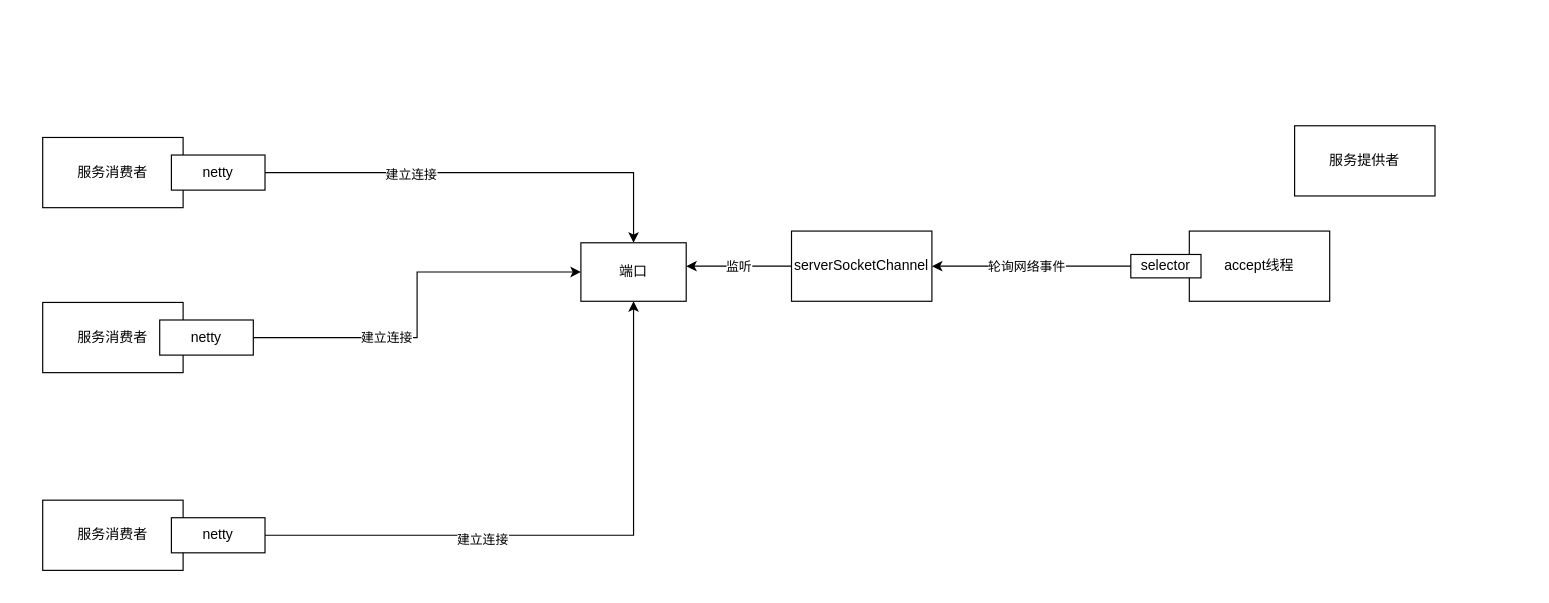
This is dubbo的nio协议.drawio from dabengxiang/diagrams, a draw.io file, before an edit. Source tidied: cells renumbered, new cells numbered last; positions are measured from the earlier drawing's top-left corner, leaving out a move shared by most shapes. Both pictures are drawn from the tidied source at 117%, with x=0, y=0 at pixel (42, 125).
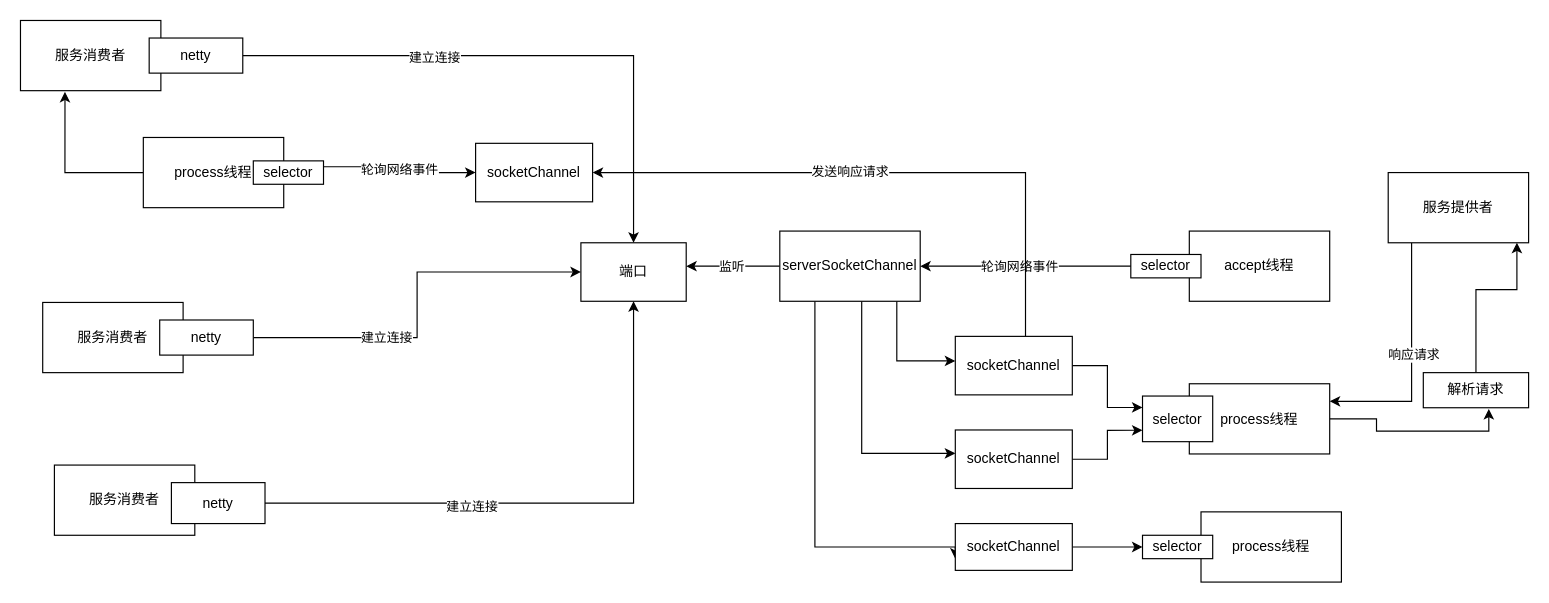
The same diagram, later.

The change refers to these unchanged cells:
```xml
<mxCell id="9" value="端口" style="rounded=0;whiteSpace=wrap;html=1;" parent="1" vertex="1">
  <mxGeometry x="460" y="100" width="90" height="50" as="geometry" />
</mxCell>
```

The edit, as a diff of the source:
```diff
@@
+    <mxCell id="24" style="edgeStyle=orthogonalEdgeStyle;rounded=0;jettySize=auto;html=1;entryX=1;entryY=0.25;entryDx=0;entryDy=0;" parent="1" edge="1" source="2" target="38">
+      <mxGeometry relative="1" as="geometry">
+        <Array as="points">
+          <mxPoint x="1170" y="236" />
+        </Array>
+      </mxGeometry>
+    </mxCell>
+    <mxCell id="25" value="响应请求" style="edgeLabel;html=1;align=center;verticalAlign=middle;" parent="24" vertex="1">
+      <mxGeometry x="-0.08" y="1" relative="1" as="geometry" />
+    </mxCell>
     <mxCell id="2" value="服务提供者" style="rounded=0;whiteSpace=wrap;html=1;" parent="1" vertex="1">
-      <mxGeometry x="1070" width="120" height="60" as="geometry" />
+      <mxGeometry x="1150" y="40" width="120" height="60" as="geometry" />
     </mxCell>
@@
+    <mxCell id="26" style="edgeStyle=orthogonalEdgeStyle;rounded=0;jettySize=auto;html=1;" parent="1" edge="1" source="8" target="36">
+      <mxGeometry relative="1" as="geometry">
+        <Array as="points">
+          <mxPoint x="730" y="201" />
+        </Array>
+      </mxGeometry>
+    </mxCell>
+    <mxCell id="27" style="edgeStyle=orthogonalEdgeStyle;rounded=0;jettySize=auto;html=1;" parent="1" edge="1" source="8" target="30">
+      <mxGeometry relative="1" as="geometry">
+        <Array as="points">
+          <mxPoint x="700" y="280" />
+        </Array>
+      </mxGeometry>
+    </mxCell>
+    <mxCell id="28" style="edgeStyle=orthogonalEdgeStyle;rounded=0;jettySize=auto;html=1;entryX=0;entryY=0.75;entryDx=0;entryDy=0;" parent="1" edge="1" source="8" target="32">
+      <mxGeometry relative="1" as="geometry">
+        <Array as="points">
+          <mxPoint x="660" y="360" />
+          <mxPoint x="780" y="360" />
+        </Array>
+      </mxGeometry>
+    </mxCell>
     <mxCell id="8" value="serverSocketChannel" style="rounded=0;whiteSpace=wrap;html=1;" parent="1" vertex="1">
-      <mxGeometry x="640" y="90" width="120" height="60" as="geometry" />
+      <mxGeometry x="630" y="90" width="120" height="60" as="geometry" />
     </mxCell>
@@
     <mxCell id="11" value="服务消费者" style="rounded=0;whiteSpace=wrap;html=1;" parent="1" vertex="1">
-      <mxGeometry y="10" width="120" height="60" as="geometry" />
+      <mxGeometry x="-19" y="-90" width="120" height="60" as="geometry" />
     </mxCell>
@@
     <mxCell id="14" value="netty" style="rounded=0;whiteSpace=wrap;html=1;" parent="1" vertex="1">
-      <mxGeometry x="110" y="25" width="80" height="30" as="geometry" />
+      <mxGeometry x="91" y="-75" width="80" height="30" as="geometry" />
     </mxCell>
@@
     <mxCell id="20" value="服务消费者" style="rounded=0;whiteSpace=wrap;html=1;" parent="1" vertex="1">
-      <mxGeometry y="320" width="120" height="60" as="geometry" />
+      <mxGeometry x="10" y="290" width="120" height="60" as="geometry" />
     </mxCell>
-    <mxCell id="21" style="edgeStyle=orthogonalEdgeStyle;rounded=0;jettySize=auto;html=1;exitX=1;exitY=0.5;exitDx=0;exitDy=0;entryX=0.5;entryY=1;entryDx=0;entryDy=0;" parent="1" edge="1" source="23" target="9">
-      <mxGeometry relative="1" as="geometry" />
+    <mxCell id="21" style="edgeStyle=orthogonalEdgeStyle;rounded=0;jettySize=auto;html=1;exitX=1;exitY=0.5;exitDx=0;exitDy=0;" parent="1" edge="1" source="23">
+      <mxGeometry relative="1" as="geometry">
+        <mxPoint x="505" y="150" as="targetPoint" />
+        <Array as="points">
+          <mxPoint x="505" y="323" />
+        </Array>
+      </mxGeometry>
     </mxCell>
@@
     <mxCell id="23" value="netty" style="rounded=0;whiteSpace=wrap;html=1;" parent="1" vertex="1">
-      <mxGeometry x="110" y="335" width="80" height="30" as="geometry" />
+      <mxGeometry x="110" y="305" width="80" height="35" as="geometry" />
     </mxCell>
+    <mxCell id="29" style="edgeStyle=orthogonalEdgeStyle;rounded=0;jettySize=auto;html=1;entryX=0;entryY=0.75;entryDx=0;entryDy=0;" parent="1" edge="1" source="30" target="39">
+      <mxGeometry relative="1" as="geometry" />
+    </mxCell>
+    <mxCell id="30" value="socketChannel" style="rounded=0;whiteSpace=wrap;html=1;" parent="1" vertex="1">
+      <mxGeometry x="780" y="260" width="100" height="50" as="geometry" />
+    </mxCell>
+    <mxCell id="31" style="edgeStyle=orthogonalEdgeStyle;rounded=0;jettySize=auto;html=1;entryX=0;entryY=0.5;entryDx=0;entryDy=0;" parent="1" edge="1" source="32" target="41">
+      <mxGeometry relative="1" as="geometry" />
+    </mxCell>
+    <mxCell id="32" value="socketChannel" style="rounded=0;whiteSpace=wrap;html=1;" parent="1" vertex="1">
+      <mxGeometry x="780" y="340" width="100" height="40" as="geometry" />
+    </mxCell>
+    <mxCell id="33" style="edgeStyle=orthogonalEdgeStyle;rounded=0;jettySize=auto;html=1;entryX=0;entryY=0.25;entryDx=0;entryDy=0;" parent="1" edge="1" source="36" target="39">
+      <mxGeometry relative="1" as="geometry" />
+    </mxCell>
+    <mxCell id="34" style="edgeStyle=orthogonalEdgeStyle;rounded=0;jettySize=auto;html=1;entryX=1;entryY=0.5;entryDx=0;entryDy=0;" parent="1" edge="1" source="36" target="44">
+      <mxGeometry relative="1" as="geometry">
+        <Array as="points">
+          <mxPoint x="840" y="40" />
+        </Array>
+      </mxGeometry>
+    </mxCell>
+    <mxCell id="35" value="发送响应请求" style="edgeLabel;html=1;align=center;verticalAlign=middle;" parent="34" vertex="1">
+      <mxGeometry x="0.14" y="-2" relative="1" as="geometry" />
+    </mxCell>
+    <mxCell id="36" value="socketChannel" style="rounded=0;whiteSpace=wrap;html=1;" parent="1" vertex="1">
+      <mxGeometry x="780" y="180" width="100" height="50" as="geometry" />
+    </mxCell>
+    <mxCell id="37" style="edgeStyle=orthogonalEdgeStyle;rounded=0;jettySize=auto;html=1;entryX=0.622;entryY=1.033;entryDx=0;entryDy=0;entryPerimeter=0;" parent="1" edge="1" source="38" target="43">
+      <mxGeometry relative="1" as="geometry" />
+    </mxCell>
+    <mxCell id="38" value="process线程" style="rounded=0;whiteSpace=wrap;html=1;" parent="1" vertex="1">
+      <mxGeometry x="980" y="220.5" width="120" height="60" as="geometry" />
+    </mxCell>
+    <mxCell id="39" value="selector" style="rounded=0;whiteSpace=wrap;html=1;" parent="1" vertex="1">
+      <mxGeometry x="940" y="231" width="60" height="39" as="geometry" />
+    </mxCell>
+    <mxCell id="40" value="process线程" style="rounded=0;whiteSpace=wrap;html=1;" parent="1" vertex="1">
+      <mxGeometry x="990" y="330" width="120" height="60" as="geometry" />
+    </mxCell>
+    <mxCell id="41" value="selector" style="rounded=0;whiteSpace=wrap;html=1;" parent="1" vertex="1">
+      <mxGeometry x="940" y="350" width="60" height="20" as="geometry" />
+    </mxCell>
+    <mxCell id="42" style="edgeStyle=orthogonalEdgeStyle;rounded=0;jettySize=auto;html=1;" parent="1" edge="1" source="43" target="2">
+      <mxGeometry relative="1" as="geometry">
+        <Array as="points">
+          <mxPoint x="1225" y="140" />
+          <mxPoint x="1260" y="140" />
+        </Array>
+      </mxGeometry>
+    </mxCell>
+    <mxCell id="43" value="解析请求" style="rounded=0;whiteSpace=wrap;html=1;" parent="1" vertex="1">
+      <mxGeometry x="1180" y="211" width="90" height="30" as="geometry" />
+    </mxCell>
+    <mxCell id="44" value="socketChannel" style="rounded=0;whiteSpace=wrap;html=1;" parent="1" vertex="1">
+      <mxGeometry x="370" y="15" width="100" height="50" as="geometry" />
+    </mxCell>
+    <mxCell id="45" style="edgeStyle=orthogonalEdgeStyle;rounded=0;jettySize=auto;html=1;entryX=0.317;entryY=1.017;entryDx=0;entryDy=0;entryPerimeter=0;" parent="1" edge="1" source="46" target="11">
+      <mxGeometry relative="1" as="geometry">
+        <Array as="points">
+          <mxPoint x="19" y="40" />
+        </Array>
+      </mxGeometry>
+    </mxCell>
+    <mxCell id="46" value="process线程" style="rounded=0;whiteSpace=wrap;html=1;" parent="1" vertex="1">
+      <mxGeometry x="86" y="10" width="120" height="60" as="geometry" />
+    </mxCell>
+    <mxCell id="47" value="&#10;&#10;&lt;span style=&quot;color: rgb(0, 0, 0); font-family: Helvetica; font-size: 11px; font-style: normal; font-variant-ligatures: normal; font-variant-caps: normal; font-weight: 400; letter-spacing: normal; orphans: 2; text-align: center; text-indent: 0px; text-transform: none; widows: 2; word-spacing: 0px; -webkit-text-stroke-width: 0px; background-color: rgb(255, 255, 255); text-decoration-style: initial; text-decoration-color: initial; float: none; display: inline !important;&quot;&gt;轮询网络事件&lt;/span&gt;&#10;&#10;" style="edgeStyle=orthogonalEdgeStyle;rounded=0;jettySize=auto;html=1;exitX=1;exitY=0.25;exitDx=0;exitDy=0;" parent="1" edge="1" source="48" target="44">
+      <mxGeometry relative="1" as="geometry" />
+    </mxCell>
+    <mxCell id="48" value="selector" style="rounded=0;whiteSpace=wrap;html=1;" parent="1" vertex="1">
+      <mxGeometry x="180" y="30" width="60" height="20" as="geometry" />
+    </mxCell>
```
